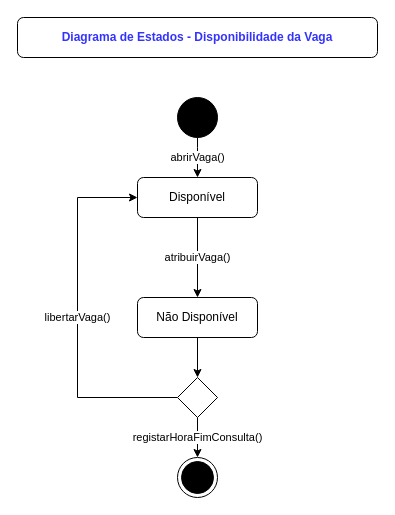
Before: page "Disp. da Vaga" (1 of 2) of Diagramas de Estados - Médico e Vaga.drawio in carlan92/Hospital_Management_System, a draw.io diagram. Source tidied: cells renumbered, new cells numbered last; positions are measured from the earlier drawing's top-left corner, leaving out a move shared by most shapes. Both pictures are drawn from the tidied source at 100%, with x=0, y=0 at pixel (17, 17).
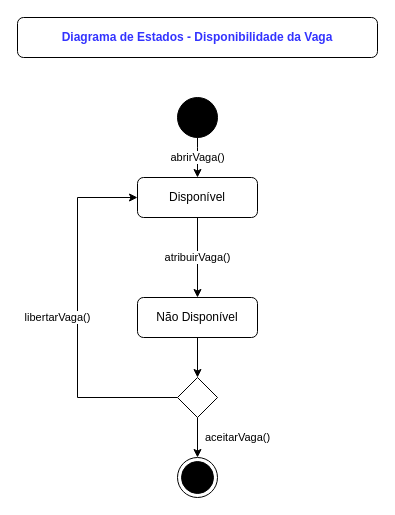
The same diagram, later.

What changed in the source:
```diff
@@
 <mxGraphModel>
   <root>
     <mxCell id="0" />
     <mxCell id="1" parent="0" />
     <mxCell id="2" value="Diagrama de Estados - Disponibilidade da Vaga" style="rounded=1;whiteSpace=wrap;html=1;fontStyle=1;fontColor=#3333FF;align=center;" parent="1" vertex="1">
       <mxGeometry width="360" height="40" as="geometry" />
     </mxCell>
     <mxCell id="3" style="ellipse;html=1;shape=endState;fillColor=#000000;" parent="1" vertex="1">
       <mxGeometry x="160" y="440" width="40" height="40" as="geometry" />
     </mxCell>
     <mxCell id="4" value="abrirVaga()" style="edgeStyle=orthogonalEdgeStyle;rounded=0;jettySize=auto;html=1;exitX=0.5;exitY=1;exitDx=0;exitDy=0;entryX=0.5;entryY=0;entryDx=0;entryDy=0;" parent="1" edge="1" source="5" target="6">
       <mxGeometry relative="1" as="geometry">
         <Array as="points">
           <mxPoint x="180" y="130" />
           <mxPoint x="180" y="130" />
         </Array>
       </mxGeometry>
     </mxCell>
     <mxCell id="5" style="ellipse;whiteSpace=wrap;html=1;strokeColor=#000000;fillColor=#000000;" parent="1" vertex="1">
       <mxGeometry x="160" y="80" width="40" height="40" as="geometry" />
     </mxCell>
     <mxCell id="6" value="Disponível" style="rounded=1;whiteSpace=wrap;html=1;" parent="1" vertex="1">
       <mxGeometry x="120" y="160" width="120" height="40" as="geometry" />
     </mxCell>
-    <mxCell id="7" value="registarHoraFimConsulta()" style="edgeStyle=orthogonalEdgeStyle;rounded=0;jettySize=auto;html=1;exitX=0.5;exitY=1;exitDx=0;exitDy=0;" parent="1" edge="1" source="12" target="3">
-      <mxGeometry relative="1" as="geometry" />
+    <mxCell id="7" value="aceitarVaga()" style="edgeStyle=orthogonalEdgeStyle;rounded=0;jettySize=auto;html=1;exitX=0.5;exitY=1;exitDx=0;exitDy=0;" parent="1" edge="1" source="12" target="3">
+      <mxGeometry y="40" relative="1" as="geometry" />
     </mxCell>
     <mxCell id="8" style="edgeStyle=orthogonalEdgeStyle;rounded=0;jettySize=auto;html=1;fontColor=#000000;" parent="1" edge="1" source="9" target="12">
       <mxGeometry relative="1" as="geometry" />
     </mxCell>
     <mxCell id="9" value="Não Disponível" style="rounded=1;whiteSpace=wrap;html=1;" parent="1" vertex="1">
       <mxGeometry x="120" y="280" width="120" height="40" as="geometry" />
     </mxCell>
     <mxCell id="10" value="atribuirVaga()" style="edgeStyle=orthogonalEdgeStyle;rounded=0;jettySize=auto;html=1;exitX=0.5;exitY=1;exitDx=0;exitDy=0;entryX=0.5;entryY=0;entryDx=0;entryDy=0;" parent="1" edge="1" source="6" target="9">
       <mxGeometry relative="1" as="geometry" />
     </mxCell>
     <mxCell id="11" value="libertarVaga()" style="edgeStyle=orthogonalEdgeStyle;rounded=0;jettySize=auto;html=1;exitX=0;exitY=0.5;exitDx=0;exitDy=0;entryX=0;entryY=0.5;entryDx=0;entryDy=0;" parent="1" edge="1" source="12" target="6">
-      <mxGeometry relative="1" as="geometry">
+      <mxGeometry y="20" relative="1" as="geometry">
         <Array as="points">
           <mxPoint x="60" y="380" />
           <mxPoint x="60" y="180" />
         </Array>
       </mxGeometry>
     </mxCell>
     <mxCell id="12" style="rhombus;whiteSpace=wrap;html=1;" parent="1" vertex="1">
       <mxGeometry x="160" y="360" width="40" height="40" as="geometry" />
     </mxCell>
   </root>
 </mxGraphModel>
```
